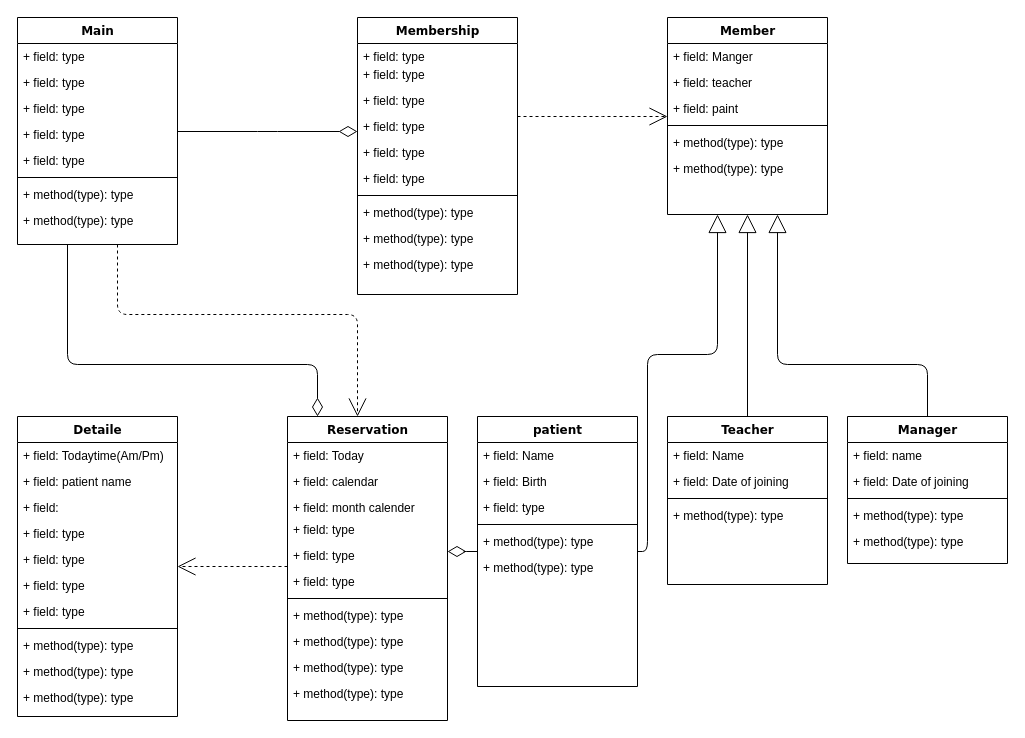
Before: 예약.drawio in Aceryoung/draw, a draw.io diagram. Source tidied: cells renumbered, new cells numbered last; positions are measured from the earlier drawing's top-left corner, leaving out a move shared by most shapes. Both pictures are drawn from the tidied source at 100%, with x=0, y=0 at pixel (17, 17).
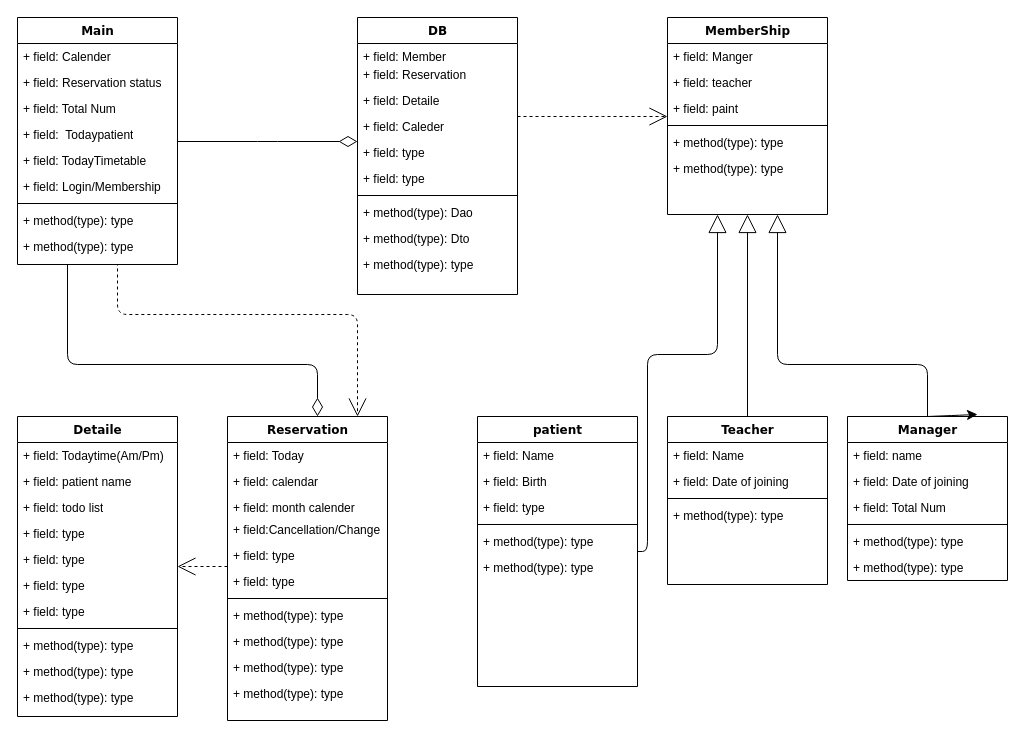
Above is the later version.

Commit message (it also covers changes not shown here):
예약.drawio 업데이트

The change refers to these unchanged cells:
```xml
<mxCell id="33" value="Detaile" style="swimlane;html=1;fontStyle=1;align=center;verticalAlign=top;horizontal=1;startSize=26;swimlaneFillColor=#ffffff;rounded=0;shadow=0;comic=0;labelBackgroundColor=none;strokeWidth=1;fillColor=none;fontFamily=Verdana;fontSize=12;" parent="1" vertex="1">
  <mxGeometry y="399" width="160" height="300" as="geometry" />
</mxCell>
<mxCell id="59" value="patient" style="swimlane;html=1;fontStyle=1;align=center;verticalAlign=top;horizontal=1;startSize=26;swimlaneFillColor=#ffffff;rounded=0;shadow=0;comic=0;labelBackgroundColor=none;strokeWidth=1;fillColor=none;fontFamily=Verdana;fontSize=12;" parent="1" vertex="1">
  <mxGeometry x="460" y="399" width="160" height="270" as="geometry" />
</mxCell>
```

Change to the diagram source:
```diff
@@
-    <mxCell id="2" style="edgeStyle=orthogonalEdgeStyle;html=1;labelBackgroundColor=none;startFill=0;startSize=8;endArrow=open;endFill=0;endSize=16;fontFamily=Verdana;fontSize=12;dashed=1;" parent="1" edge="1" source="4" target="46">
+    <mxCell id="2" style="edgeStyle=orthogonalEdgeStyle;html=1;labelBackgroundColor=none;startFill=0;startSize=8;endArrow=open;endFill=0;endSize=16;fontFamily=Verdana;fontSize=12;dashed=1;" parent="1" edge="1" target="46">
       <mxGeometry relative="1" as="geometry">
+        <mxPoint x="100" y="227" as="sourcePoint" />
         <Array as="points">
           <mxPoint x="100" y="297" />
           <mxPoint x="340" y="297" />
         </Array>
       </mxGeometry>
     </mxCell>
@@
-    <mxCell id="4" value="Main" style="swimlane;html=1;fontStyle=1;align=center;verticalAlign=top;horizontal=1;startSize=26;swimlaneFillColor=#ffffff;rounded=0;shadow=0;comic=0;labelBackgroundColor=none;strokeWidth=1;fillColor=none;fontFamily=Verdana;fontSize=12;" parent="1" vertex="1">
-      <mxGeometry width="160" height="227" as="geometry" />
-    </mxCell>
-    <mxCell id="5" value="+ field: type" style="text;html=1;strokeColor=none;fillColor=none;align=left;verticalAlign=top;spacingLeft=4;spacingRight=4;whiteSpace=wrap;overflow=hidden;" parent="4" vertex="1">
-      <mxGeometry y="26" width="160" height="26" as="geometry" />
-    </mxCell>
-    <mxCell id="6" value="+ field: type" style="text;html=1;strokeColor=none;fillColor=none;align=left;verticalAlign=top;spacingLeft=4;spacingRight=4;whiteSpace=wrap;overflow=hidden;" parent="4" vertex="1">
-      <mxGeometry y="52" width="160" height="26" as="geometry" />
-    </mxCell>
-    <mxCell id="7" value="+ field: type" style="text;html=1;strokeColor=none;fillColor=none;align=left;verticalAlign=top;spacingLeft=4;spacingRight=4;whiteSpace=wrap;overflow=hidden;" parent="4" vertex="1">
-      <mxGeometry y="78" width="160" height="26" as="geometry" />
-    </mxCell>
-    <mxCell id="8" value="+ field: type" style="text;html=1;strokeColor=none;fillColor=none;align=left;verticalAlign=top;spacingLeft=4;spacingRight=4;whiteSpace=wrap;overflow=hidden;" parent="4" vertex="1">
-      <mxGeometry y="104" width="160" height="26" as="geometry" />
-    </mxCell>
-    <mxCell id="9" value="+ field: type" style="text;html=1;strokeColor=none;fillColor=none;align=left;verticalAlign=top;spacingLeft=4;spacingRight=4;whiteSpace=wrap;overflow=hidden;" parent="4" vertex="1">
-      <mxGeometry y="130" width="160" height="26" as="geometry" />
-    </mxCell>
-    <mxCell id="10" style="line;html=1;strokeWidth=1;fillColor=none;align=left;verticalAlign=middle;spacingTop=-1;spacingLeft=3;spacingRight=3;labelPosition=right;" parent="4" vertex="1">
-      <mxGeometry y="156" width="160" height="8" as="geometry" />
-    </mxCell>
-    <mxCell id="11" value="+ method(type): type" style="text;html=1;strokeColor=none;fillColor=none;align=left;verticalAlign=top;spacingLeft=4;spacingRight=4;whiteSpace=wrap;overflow=hidden;" parent="4" vertex="1">
-      <mxGeometry y="164" width="160" height="26" as="geometry" />
-    </mxCell>
-    <mxCell id="12" value="+ method(type): type" style="text;html=1;strokeColor=none;fillColor=none;align=left;verticalAlign=top;spacingLeft=4;spacingRight=4;whiteSpace=wrap;overflow=hidden;" parent="4" vertex="1">
-      <mxGeometry y="190" width="160" height="26" as="geometry" />
-    </mxCell>
@@
-    <mxCell id="14" value="Membership" style="swimlane;html=1;fontStyle=1;align=center;verticalAlign=top;horizontal=1;startSize=26;swimlaneFillColor=#ffffff;rounded=0;shadow=0;comic=0;labelBackgroundColor=none;strokeWidth=1;fillColor=none;fontFamily=Verdana;fontSize=12;" parent="1" vertex="1">
+    <mxCell id="14" value="DB" style="swimlane;html=1;fontStyle=1;align=center;verticalAlign=top;horizontal=1;startSize=26;swimlaneFillColor=#ffffff;rounded=0;shadow=0;comic=0;labelBackgroundColor=none;strokeWidth=1;fillColor=none;fontFamily=Verdana;fontSize=12;" parent="1" vertex="1">
       <mxGeometry x="340" width="160" height="277" as="geometry" />
     </mxCell>
-    <mxCell id="15" value="+ field: type" style="text;html=1;strokeColor=none;fillColor=none;align=left;verticalAlign=top;spacingLeft=4;spacingRight=4;whiteSpace=wrap;overflow=hidden;" parent="14" vertex="1">
+    <mxCell id="15" value="+ field: Member" style="text;html=1;strokeColor=none;fillColor=none;align=left;verticalAlign=top;spacingLeft=4;spacingRight=4;whiteSpace=wrap;overflow=hidden;" parent="14" vertex="1">
       <mxGeometry y="26" width="160" height="18" as="geometry" />
     </mxCell>
-    <mxCell id="16" value="+ field: type" style="text;html=1;strokeColor=none;fillColor=none;align=left;verticalAlign=top;spacingLeft=4;spacingRight=4;whiteSpace=wrap;overflow=hidden;" parent="14" vertex="1">
+    <mxCell id="16" value="+ field: Reservation" style="text;html=1;strokeColor=none;fillColor=none;align=left;verticalAlign=top;spacingLeft=4;spacingRight=4;whiteSpace=wrap;overflow=hidden;" parent="14" vertex="1">
       <mxGeometry y="44" width="160" height="26" as="geometry" />
     </mxCell>
-    <mxCell id="17" value="+ field: type" style="text;html=1;strokeColor=none;fillColor=none;align=left;verticalAlign=top;spacingLeft=4;spacingRight=4;whiteSpace=wrap;overflow=hidden;" parent="14" vertex="1">
+    <mxCell id="17" value="+ field: Detaile" style="text;html=1;strokeColor=none;fillColor=none;align=left;verticalAlign=top;spacingLeft=4;spacingRight=4;whiteSpace=wrap;overflow=hidden;" parent="14" vertex="1">
       <mxGeometry y="70" width="160" height="26" as="geometry" />
     </mxCell>
-    <mxCell id="18" value="+ field: type" style="text;html=1;strokeColor=none;fillColor=none;align=left;verticalAlign=top;spacingLeft=4;spacingRight=4;whiteSpace=wrap;overflow=hidden;" parent="14" vertex="1">
+    <mxCell id="18" value="+ field: Caleder" style="text;html=1;strokeColor=none;fillColor=none;align=left;verticalAlign=top;spacingLeft=4;spacingRight=4;whiteSpace=wrap;overflow=hidden;" parent="14" vertex="1">
       <mxGeometry y="96" width="160" height="26" as="geometry" />
     </mxCell>
@@
-    <mxCell id="22" value="+ method(type): type" style="text;html=1;strokeColor=none;fillColor=none;align=left;verticalAlign=top;spacingLeft=4;spacingRight=4;whiteSpace=wrap;overflow=hidden;" parent="14" vertex="1">
+    <mxCell id="22" value="+ method(type): Dao" style="text;html=1;strokeColor=none;fillColor=none;align=left;verticalAlign=top;spacingLeft=4;spacingRight=4;whiteSpace=wrap;overflow=hidden;" parent="14" vertex="1">
       <mxGeometry y="182" width="160" height="26" as="geometry" />
     </mxCell>
-    <mxCell id="23" value="+ method(type): type" style="text;html=1;strokeColor=none;fillColor=none;align=left;verticalAlign=top;spacingLeft=4;spacingRight=4;whiteSpace=wrap;overflow=hidden;" parent="14" vertex="1">
+    <mxCell id="23" value="+ method(type): Dto" style="text;html=1;strokeColor=none;fillColor=none;align=left;verticalAlign=top;spacingLeft=4;spacingRight=4;whiteSpace=wrap;overflow=hidden;" parent="14" vertex="1">
       <mxGeometry y="208" width="160" height="26" as="geometry" />
     </mxCell>
@@
-    <mxCell id="25" value="Member" style="swimlane;html=1;fontStyle=1;align=center;verticalAlign=top;horizontal=1;startSize=26;swimlaneFillColor=#ffffff;rounded=0;shadow=0;comic=0;labelBackgroundColor=none;strokeWidth=1;fillColor=none;fontFamily=Verdana;fontSize=12;" parent="1" vertex="1">
+    <mxCell id="25" value="MemberShip" style="swimlane;html=1;fontStyle=1;align=center;verticalAlign=top;horizontal=1;startSize=26;swimlaneFillColor=#ffffff;rounded=0;shadow=0;comic=0;labelBackgroundColor=none;strokeWidth=1;fillColor=none;fontFamily=Verdana;fontSize=12;" parent="1" vertex="1">
       <mxGeometry x="650" width="160" height="197" as="geometry" />
     </mxCell>
@@
-    <mxCell id="36" value="+ field:&amp;nbsp;" style="text;html=1;strokeColor=none;fillColor=none;align=left;verticalAlign=top;spacingLeft=4;spacingRight=4;whiteSpace=wrap;overflow=hidden;" parent="33" vertex="1">
+    <mxCell id="36" value="+ field: todo list&lt;div&gt;&lt;br&gt;&lt;/div&gt;" style="text;html=1;strokeColor=none;fillColor=none;align=left;verticalAlign=top;spacingLeft=4;spacingRight=4;whiteSpace=wrap;overflow=hidden;" parent="33" vertex="1">
       <mxGeometry y="78" width="160" height="26" as="geometry" />
     </mxCell>
@@
-    <mxCell id="45" style="edgeStyle=elbowEdgeStyle;html=1;labelBackgroundColor=none;startFill=0;startSize=8;endArrow=diamondThin;endFill=0;endSize=16;fontFamily=Verdana;fontSize=12;elbow=vertical;" parent="1" edge="1" source="59" target="46">
-      <mxGeometry relative="1" as="geometry" />
-    </mxCell>
     <mxCell id="46" value="Reservation" style="swimlane;html=1;fontStyle=1;align=center;verticalAlign=top;horizontal=1;startSize=26;swimlaneFillColor=#ffffff;rounded=0;shadow=0;comic=0;labelBackgroundColor=none;strokeWidth=1;fillColor=none;fontFamily=Verdana;fontSize=12;" parent="1" vertex="1">
-      <mxGeometry x="270" y="399" width="160" height="304" as="geometry" />
+      <mxGeometry x="210" y="399" width="160" height="304" as="geometry" />
     </mxCell>
@@
-    <mxCell id="50" value="+ field: type" style="text;html=1;strokeColor=none;fillColor=none;align=left;verticalAlign=top;spacingLeft=4;spacingRight=4;whiteSpace=wrap;overflow=hidden;" parent="46" vertex="1">
+    <mxCell id="50" value="+ field:Cancellation/Change" style="text;html=1;strokeColor=none;fillColor=none;align=left;verticalAlign=top;spacingLeft=4;spacingRight=4;whiteSpace=wrap;overflow=hidden;" parent="46" vertex="1">
       <mxGeometry y="100" width="160" height="26" as="geometry" />
     </mxCell>
@@
+    <mxCell id="80" style="edgeStyle=none;curved=1;rounded=0;jettySize=auto;html=1;exitX=0.5;exitY=0;exitDx=0;exitDy=0;fontSize=12;startSize=8;endSize=8;" parent="1" edge="1" source="73">
+      <mxGeometry relative="1" as="geometry">
+        <mxPoint x="960" y="397" as="targetPoint" />
+      </mxGeometry>
+    </mxCell>
     <mxCell id="73" value="Manager" style="swimlane;html=1;fontStyle=1;align=center;verticalAlign=top;horizontal=1;startSize=26;swimlaneFillColor=#ffffff;rounded=0;shadow=0;comic=0;labelBackgroundColor=none;strokeWidth=1;fillColor=none;fontFamily=Verdana;fontSize=12;" parent="1" vertex="1">
-      <mxGeometry x="830" y="399" width="160" height="147" as="geometry" />
+      <mxGeometry x="830" y="399" width="160" height="164" as="geometry" />
     </mxCell>
@@
-    <mxCell id="76" style="line;html=1;strokeWidth=1;fillColor=none;align=left;verticalAlign=middle;spacingTop=-1;spacingLeft=3;spacingRight=3;labelPosition=right;" parent="73" vertex="1">
-      <mxGeometry y="78" width="160" height="8" as="geometry" />
-    </mxCell>
+    <mxCell id="81" value="+ field: Total Num" style="text;html=1;strokeColor=none;fillColor=none;align=left;verticalAlign=top;spacingLeft=4;spacingRight=4;whiteSpace=wrap;overflow=hidden;" parent="73" vertex="1">
+      <mxGeometry y="78" width="160" height="26" as="geometry" />
+    </mxCell>
+    <mxCell id="82" style="line;html=1;strokeWidth=1;fillColor=none;align=left;verticalAlign=middle;spacingTop=-1;spacingLeft=3;spacingRight=3;labelPosition=right;" parent="73" vertex="1">
+      <mxGeometry y="104" width="160" height="8" as="geometry" />
+    </mxCell>
+    <mxCell id="78" value="+ method(type): type" style="text;html=1;strokeColor=none;fillColor=none;align=left;verticalAlign=top;spacingLeft=4;spacingRight=4;whiteSpace=wrap;overflow=hidden;" parent="73" vertex="1">
+      <mxGeometry y="112" width="160" height="26" as="geometry" />
+    </mxCell>
     <mxCell id="77" value="+ method(type): type" style="text;html=1;strokeColor=none;fillColor=none;align=left;verticalAlign=top;spacingLeft=4;spacingRight=4;whiteSpace=wrap;overflow=hidden;" parent="73" vertex="1">
-      <mxGeometry y="86" width="160" height="26" as="geometry" />
+      <mxGeometry y="138" width="160" height="26" as="geometry" />
     </mxCell>
-    <mxCell id="78" value="+ method(type): type" style="text;html=1;strokeColor=none;fillColor=none;align=left;verticalAlign=top;spacingLeft=4;spacingRight=4;whiteSpace=wrap;overflow=hidden;" parent="73" vertex="1">
-      <mxGeometry y="112" width="160" height="26" as="geometry" />
-    </mxCell>
@@
+    <mxCell id="4" value="Main" style="swimlane;html=1;fontStyle=1;align=center;verticalAlign=top;horizontal=1;startSize=26;swimlaneFillColor=#ffffff;rounded=0;shadow=0;comic=0;labelBackgroundColor=none;strokeWidth=1;fillColor=none;fontFamily=Verdana;fontSize=12;" parent="1" vertex="1">
+      <mxGeometry width="160" height="247" as="geometry" />
+    </mxCell>
+    <mxCell id="5" value="+ field: Calender" style="text;html=1;strokeColor=none;fillColor=none;align=left;verticalAlign=top;spacingLeft=4;spacingRight=4;whiteSpace=wrap;overflow=hidden;" parent="4" vertex="1">
+      <mxGeometry y="26" width="160" height="26" as="geometry" />
+    </mxCell>
+    <mxCell id="6" value="+ field: Reservation status" style="text;html=1;strokeColor=none;fillColor=none;align=left;verticalAlign=top;spacingLeft=4;spacingRight=4;whiteSpace=wrap;overflow=hidden;" parent="4" vertex="1">
+      <mxGeometry y="52" width="160" height="26" as="geometry" />
+    </mxCell>
+    <mxCell id="7" value="+ field: Total Num" style="text;html=1;strokeColor=none;fillColor=none;align=left;verticalAlign=top;spacingLeft=4;spacingRight=4;whiteSpace=wrap;overflow=hidden;" parent="4" vertex="1">
+      <mxGeometry y="78" width="160" height="26" as="geometry" />
+    </mxCell>
+    <mxCell id="8" value="+ field: &amp;nbsp;Todaypatient" style="text;html=1;strokeColor=none;fillColor=none;align=left;verticalAlign=top;spacingLeft=4;spacingRight=4;whiteSpace=wrap;overflow=hidden;" parent="4" vertex="1">
+      <mxGeometry y="104" width="160" height="26" as="geometry" />
+    </mxCell>
+    <mxCell id="9" value="+ field: TodayTimetable&lt;div&gt;&lt;br&gt;&lt;/div&gt;" style="text;html=1;strokeColor=none;fillColor=none;align=left;verticalAlign=top;spacingLeft=4;spacingRight=4;whiteSpace=wrap;overflow=hidden;" parent="4" vertex="1">
+      <mxGeometry y="130" width="160" height="26" as="geometry" />
+    </mxCell>
+    <mxCell id="83" value="+ field: Login/Membership&lt;div&gt;&lt;br&gt;&lt;/div&gt;" style="text;html=1;strokeColor=none;fillColor=none;align=left;verticalAlign=top;spacingLeft=4;spacingRight=4;whiteSpace=wrap;overflow=hidden;" parent="4" vertex="1">
+      <mxGeometry y="156" width="160" height="26" as="geometry" />
+    </mxCell>
+    <mxCell id="10" style="line;html=1;strokeWidth=1;fillColor=none;align=left;verticalAlign=middle;spacingTop=-1;spacingLeft=3;spacingRight=3;labelPosition=right;" parent="4" vertex="1">
+      <mxGeometry y="182" width="160" height="8" as="geometry" />
+    </mxCell>
+    <mxCell id="12" value="+ method(type): type" style="text;html=1;strokeColor=none;fillColor=none;align=left;verticalAlign=top;spacingLeft=4;spacingRight=4;whiteSpace=wrap;overflow=hidden;" parent="4" vertex="1">
+      <mxGeometry y="190" width="160" height="26" as="geometry" />
+    </mxCell>
+    <mxCell id="11" value="+ method(type): type" style="text;html=1;strokeColor=none;fillColor=none;align=left;verticalAlign=top;spacingLeft=4;spacingRight=4;whiteSpace=wrap;overflow=hidden;" parent="4" vertex="1">
+      <mxGeometry y="216" width="160" height="26" as="geometry" />
+    </mxCell>
```
